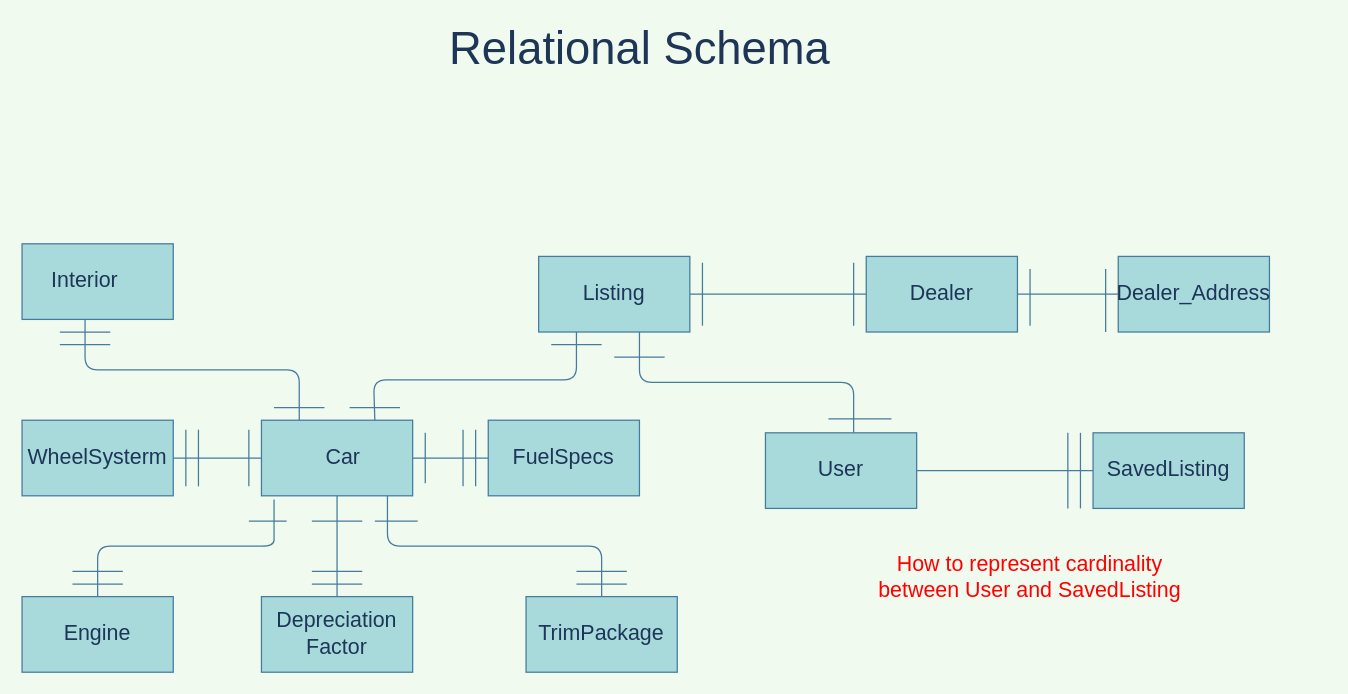
The draw.io diagram Relational_Schema.drawio in abmfocus4/UsedCars-db, before the edit. Source tidied: cells renumbered, new cells numbered last; positions are measured from the earlier drawing's top-left corner, leaving out a move shared by most shapes. Both pictures are drawn from the tidied source at 126%, with x=0, y=0 at pixel (21, 29).
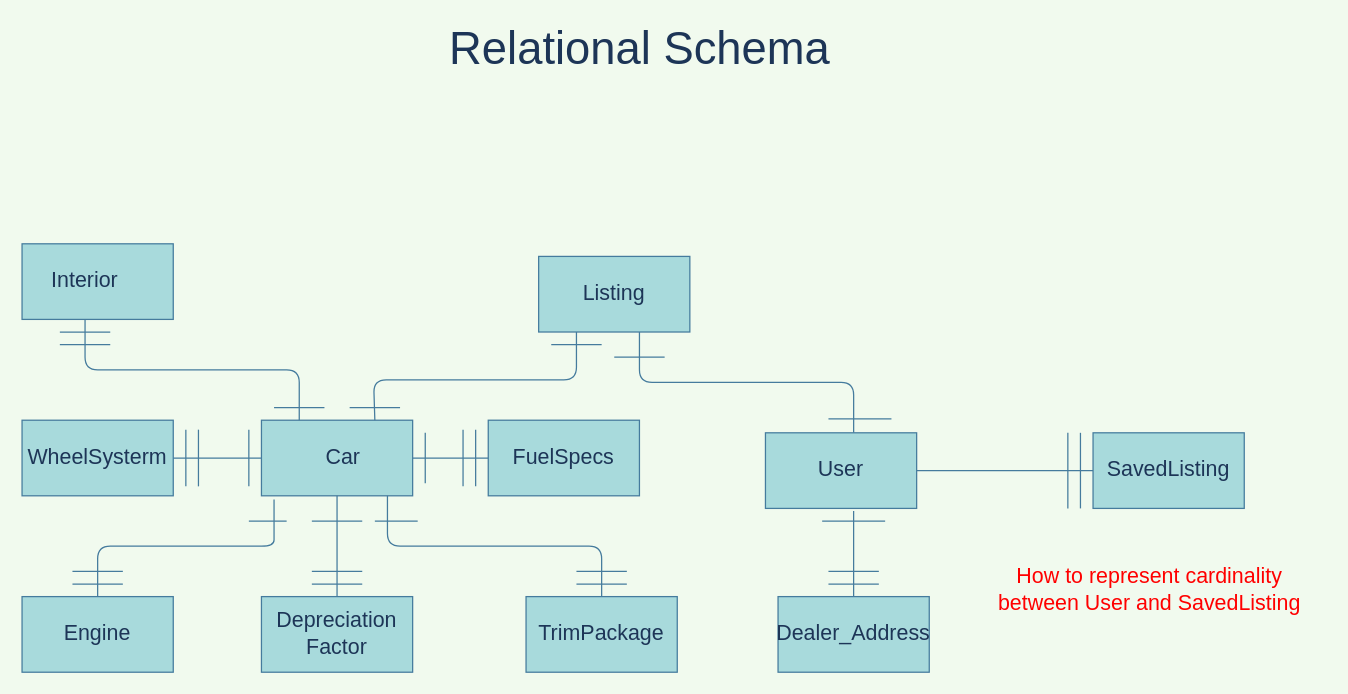
After the change.

The change refers to these unchanged cells:
```xml
<mxCell id="6" value="Listing" style="rounded=0;whiteSpace=wrap;html=1;labelBorderColor=none;fontSize=17;fillColor=#A8DADC;strokeColor=#457B9D;fontColor=#1D3557;" parent="1" vertex="1">
  <mxGeometry x="410" y="180" width="120" height="60" as="geometry" />
</mxCell>
<mxCell id="42" value="User" style="rounded=0;whiteSpace=wrap;html=1;labelBorderColor=none;fontSize=17;fillColor=#A8DADC;strokeColor=#457B9D;fontColor=#1D3557;" parent="1" vertex="1">
  <mxGeometry x="590" y="320" width="120" height="60" as="geometry" />
</mxCell>
```

The edit, as a diff of the source:
```diff
@@
-    <mxCell id="5" style="edgeStyle=orthogonalEdgeStyle;rounded=0;jettySize=auto;html=1;exitX=1;exitY=0.5;exitDx=0;exitDy=0;entryX=0;entryY=0.5;entryDx=0;entryDy=0;endArrow=none;endFill=0;labelBorderColor=none;fontSize=17;strokeColor=#457B9D;fontColor=#1D3557;labelBackgroundColor=#F1FAEE;" parent="1" edge="1" source="6" target="45">
-      <mxGeometry relative="1" as="geometry" />
-    </mxCell>
@@
-    <mxCell id="44" style="edgeStyle=orthogonalEdgeStyle;rounded=0;jettySize=auto;html=1;exitX=1;exitY=0.5;exitDx=0;exitDy=0;entryX=0;entryY=0.5;entryDx=0;entryDy=0;endArrow=none;endFill=0;labelBorderColor=none;fontSize=17;strokeColor=#457B9D;fontColor=#1D3557;labelBackgroundColor=#F1FAEE;" parent="1" edge="1" source="45" target="46">
-      <mxGeometry relative="1" as="geometry" />
-    </mxCell>
-    <mxCell id="45" value="Dealer" style="rounded=0;whiteSpace=wrap;html=1;labelBorderColor=none;fontSize=17;fillColor=#A8DADC;strokeColor=#457B9D;fontColor=#1D3557;" parent="1" vertex="1">
-      <mxGeometry x="670" y="180" width="120" height="60" as="geometry" />
-    </mxCell>
+    <mxCell id="57" style="edgeStyle=orthogonalEdgeStyle;curved=0;rounded=1;sketch=0;jettySize=auto;html=1;exitX=0.5;exitY=0;exitDx=0;exitDy=0;entryX=0.583;entryY=1.033;entryDx=0;entryDy=0;entryPerimeter=0;strokeColor=#457B9D;fillColor=#A8DADC;fontColor=#1D3557;endArrow=none;endFill=0;" parent="1" edge="1" source="46" target="42">
+      <mxGeometry relative="1" as="geometry" />
+    </mxCell>
     <mxCell id="46" value="Dealer_Address" style="rounded=0;whiteSpace=wrap;html=1;labelBorderColor=none;fontSize=17;fillColor=#A8DADC;strokeColor=#457B9D;fontColor=#1D3557;" parent="1" vertex="1">
-      <mxGeometry x="870" y="180" width="120" height="60" as="geometry" />
+      <mxGeometry x="600" y="450" width="120" height="60" as="geometry" />
     </mxCell>
-    <mxCell id="47" style="endArrow=none;html=1;labelBorderColor=none;fontSize=17;strokeColor=#457B9D;fontColor=#1D3557;labelBackgroundColor=#F1FAEE;" parent="1" edge="1">
-      <mxGeometry relative="1" as="geometry">
-        <mxPoint x="540" y="235" as="sourcePoint" />
-        <mxPoint x="540" y="185" as="targetPoint" />
-      </mxGeometry>
-    </mxCell>
-    <mxCell id="48" style="endArrow=none;html=1;labelBorderColor=none;fontSize=17;strokeColor=#457B9D;fontColor=#1D3557;labelBackgroundColor=#F1FAEE;" parent="1" edge="1">
-      <mxGeometry relative="1" as="geometry">
-        <mxPoint x="660" y="235" as="sourcePoint" />
-        <mxPoint x="660" y="185" as="targetPoint" />
-      </mxGeometry>
-    </mxCell>
-    <mxCell id="49" style="endArrow=none;html=1;labelBorderColor=none;fontSize=17;strokeColor=#457B9D;fontColor=#1D3557;labelBackgroundColor=#F1FAEE;" parent="1" edge="1">
-      <mxGeometry relative="1" as="geometry">
-        <mxPoint x="800" y="235" as="sourcePoint" />
-        <mxPoint x="800" y="190" as="targetPoint" />
-      </mxGeometry>
-    </mxCell>
-    <mxCell id="50" style="endArrow=none;html=1;labelBorderColor=none;fontSize=17;strokeColor=#457B9D;fontColor=#1D3557;labelBackgroundColor=#F1FAEE;" parent="1" edge="1">
-      <mxGeometry relative="1" as="geometry">
-        <mxPoint x="860" y="240" as="sourcePoint" />
-        <mxPoint x="860" y="190" as="targetPoint" />
-        <Array as="points">
-          <mxPoint x="860" y="220" />
-        </Array>
-      </mxGeometry>
-    </mxCell>
@@
     <mxCell id="55" value="&lt;font color=&quot;#ff0000&quot;&gt;How to represent cardinality between User and SavedListing&lt;/font&gt;" style="text;html=1;strokeColor=none;fillColor=none;align=center;verticalAlign=middle;whiteSpace=wrap;rounded=0;labelBorderColor=none;fontSize=17;fontColor=#1D3557;" parent="1" vertex="1">
-      <mxGeometry x="660" y="400" width="280" height="70" as="geometry" />
+      <mxGeometry x="755" y="410" width="280" height="70" as="geometry" />
     </mxCell>
@@
+    <mxCell id="58" style="endArrow=none;html=1;labelBorderColor=none;fontSize=17;strokeColor=#457B9D;fontColor=#1D3557;labelBackgroundColor=#F1FAEE;" parent="1" edge="1">
+      <mxGeometry relative="1" as="geometry">
+        <mxPoint x="640" y="430" as="sourcePoint" />
+        <mxPoint x="680" y="430" as="targetPoint" />
+        <Array as="points">
+          <mxPoint x="670" y="430" />
+        </Array>
+      </mxGeometry>
+    </mxCell>
+    <mxCell id="59" style="endArrow=none;html=1;labelBorderColor=none;fontSize=17;strokeColor=#457B9D;fontColor=#1D3557;labelBackgroundColor=#F1FAEE;" parent="1" edge="1">
+      <mxGeometry relative="1" as="geometry">
+        <mxPoint x="640" y="440" as="sourcePoint" />
+        <mxPoint x="680" y="440" as="targetPoint" />
+        <Array as="points">
+          <mxPoint x="670" y="440" />
+        </Array>
+      </mxGeometry>
+    </mxCell>
+    <mxCell id="60" style="endArrow=none;html=1;labelBorderColor=none;fontSize=17;strokeColor=#457B9D;fontColor=#1D3557;labelBackgroundColor=#F1FAEE;" parent="1" edge="1">
+      <mxGeometry relative="1" as="geometry">
+        <mxPoint x="635" y="390" as="sourcePoint" />
+        <mxPoint x="685" y="390" as="targetPoint" />
+      </mxGeometry>
+    </mxCell>
```
